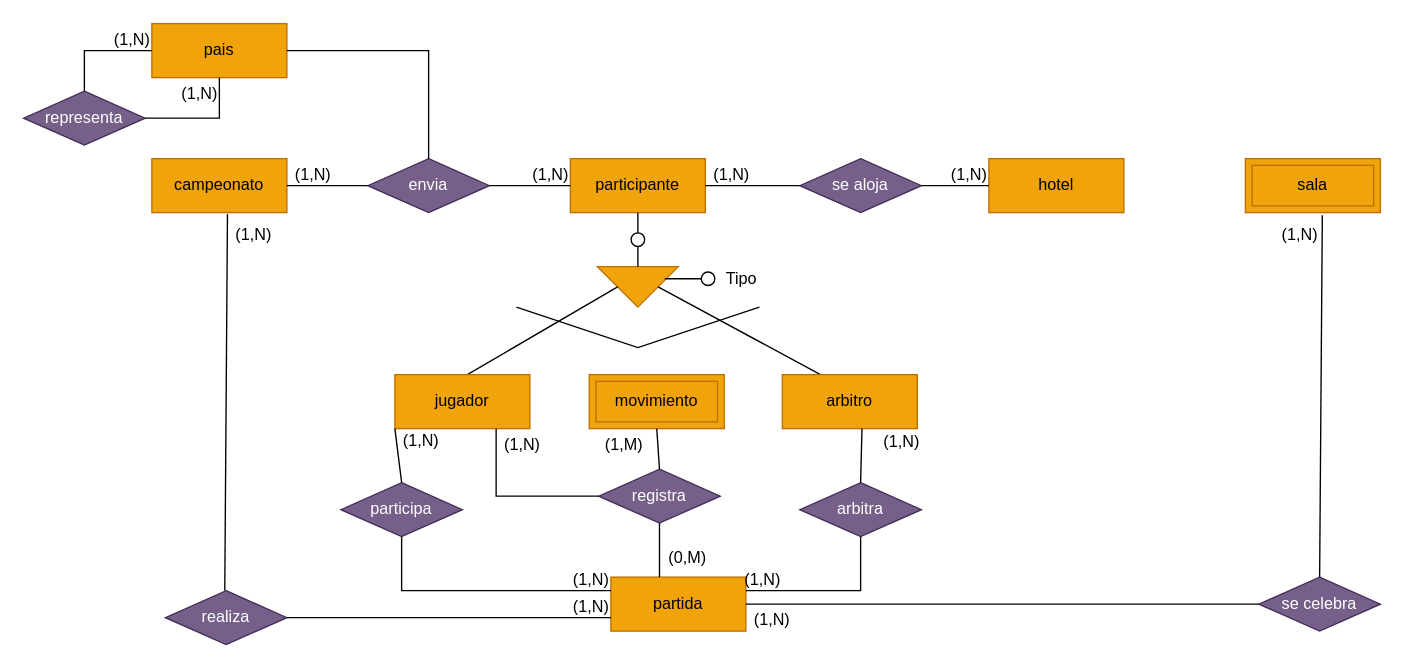
This is page "Ejercicio44" (44 of 45) of relacion de ejercicios 2.drawio from Solayfa/BBDD, a draw.io file, before an edit. Source tidied: cells renumbered, new cells numbered last; positions are measured from the earlier drawing's top-left corner, leaving out a move shared by most shapes. Both pictures are drawn from the tidied source at 135%, with x=0, y=0 at pixel (23, 23).
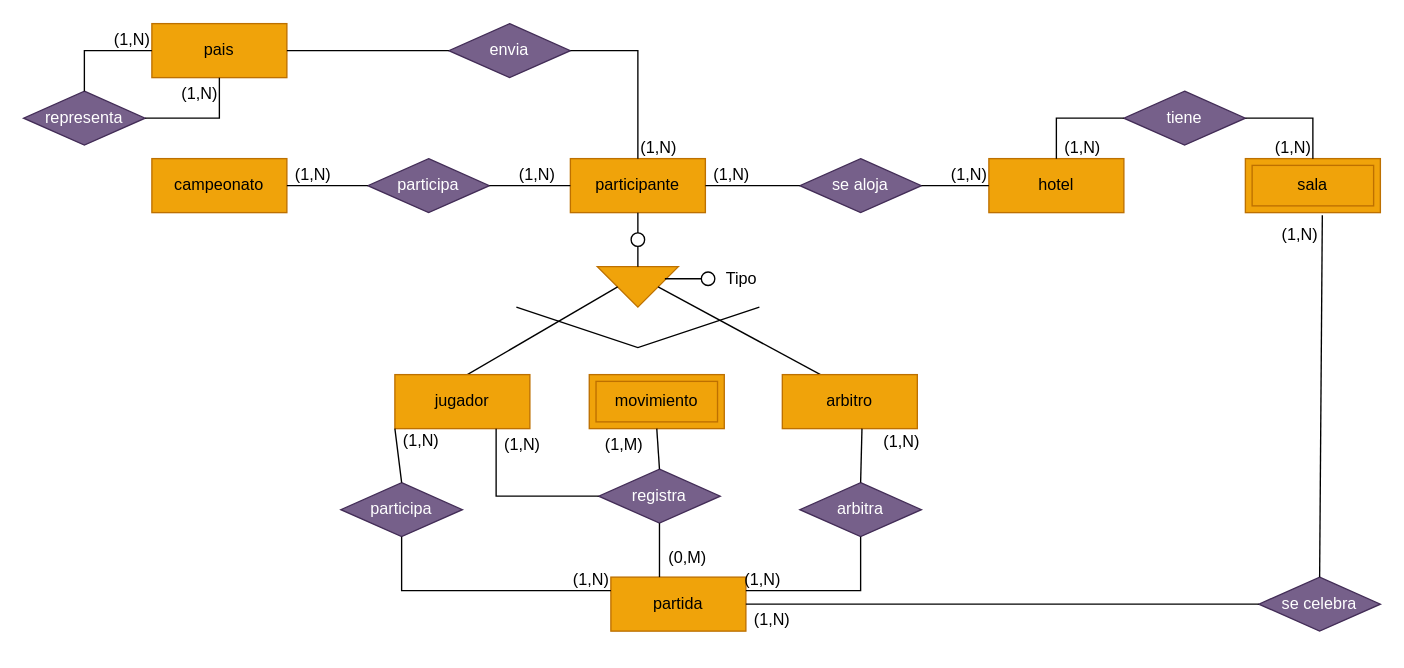
The same page after the edit.

The change refers to these unchanged cells:
```xml
<mxCell id="2" value="participante" style="whiteSpace=wrap;html=1;align=center;fillColor=#f0a30a;strokeColor=#BD7000;fontColor=#000000;" parent="1" vertex="1">
  <mxGeometry x="405" y="100" width="100" height="40" as="geometry" />
</mxCell>
<mxCell id="16" value="pais" style="whiteSpace=wrap;html=1;align=center;fillColor=#f0a30a;strokeColor=#BD7000;fontColor=#000000;" parent="1" vertex="1">
  <mxGeometry x="95" width="100" height="40" as="geometry" />
</mxCell>
<mxCell id="17" value="partida" style="whiteSpace=wrap;html=1;align=center;fillColor=#f0a30a;strokeColor=#BD7000;fontColor=#000000;" parent="1" vertex="1">
  <mxGeometry x="435" y="410" width="100" height="40" as="geometry" />
</mxCell>
<mxCell id="18" value="hotel" style="whiteSpace=wrap;html=1;align=center;fillColor=#f0a30a;strokeColor=#BD7000;fontColor=#000000;" parent="1" vertex="1">
  <mxGeometry x="715" y="100" width="100" height="40" as="geometry" />
</mxCell>
<mxCell id="19" value="sala" style="whiteSpace=wrap;html=1;align=center;fillColor=#f0a30a;strokeColor=#BD7000;fontColor=#000000;shape=ext;margin=3;double=1;" parent="1" vertex="1">
  <mxGeometry x="905" y="100" width="100" height="40" as="geometry" />
</mxCell>
```

Diff of the diagram source:
```diff
@@
     <mxCell id="21" value="envia" style="shape=rhombus;perimeter=rhombusPerimeter;whiteSpace=wrap;html=1;align=center;fillColor=#76608a;fontColor=#ffffff;strokeColor=#432D57;" parent="1" vertex="1">
-      <mxGeometry x="255" y="100" width="90" height="40" as="geometry" />
+      <mxGeometry x="315" width="90" height="40" as="geometry" />
     </mxCell>
-    <mxCell id="22" style="endArrow=none;html=1;rounded=0;exitX=0;exitY=0.5;exitDx=0;exitDy=0;" parent="1" edge="1" source="21">
-      <mxGeometry relative="1" as="geometry">
-        <mxPoint x="195" y="120" as="targetPoint" />
-      </mxGeometry>
-    </mxCell>
-    <mxCell id="23" value="(1,N)" style="html=1;whiteSpace=wrap;align=right;verticalAlign=bottom;" parent="22" vertex="1">
-      <mxGeometry x="1" relative="1" as="geometry">
-        <mxPoint x="34" as="offset" />
-      </mxGeometry>
-    </mxCell>
-    <mxCell id="24" style="endArrow=none;html=1;rounded=0;exitX=1;exitY=0.5;exitDx=0;exitDy=0;" parent="1" edge="1" source="21">
+    <mxCell id="24" style="endArrow=none;html=1;rounded=0;exitX=1;exitY=0.5;exitDx=0;exitDy=0;entryX=0.5;entryY=0;entryDx=0;entryDy=0;" parent="1" edge="1" source="21" target="2">
       <mxGeometry relative="1" as="geometry">
-        <mxPoint x="405" y="120" as="targetPoint" />
+        <Array as="points">
+          <mxPoint x="455" y="20" />
+        </Array>
       </mxGeometry>
     </mxCell>
     <mxCell id="25" value="(1,N)" style="html=1;whiteSpace=wrap;align=right;verticalAlign=bottom;" parent="24" vertex="1">
-      <mxGeometry x="1" relative="1" as="geometry" />
+      <mxGeometry x="1" relative="1" as="geometry">
+        <mxPoint x="30" as="offset" />
+      </mxGeometry>
     </mxCell>
-    <mxCell id="26" style="endArrow=none;html=1;rounded=0;exitX=0.5;exitY=0;exitDx=0;exitDy=0;entryX=1;entryY=0.5;entryDx=0;entryDy=0;" parent="1" edge="1" source="21" target="16">
+    <mxCell id="26" style="endArrow=none;html=1;rounded=0;entryX=1;entryY=0.5;entryDx=0;entryDy=0;" parent="1" edge="1" target="16">
       <mxGeometry relative="1" as="geometry">
+        <mxPoint x="300" y="20" as="sourcePoint" />
         <Array as="points">
+          <mxPoint x="315" y="20" />
           <mxPoint x="300" y="20" />
         </Array>
       </mxGeometry>
     </mxCell>
@@
-    <mxCell id="47" value="realiza" style="shape=rhombus;perimeter=rhombusPerimeter;whiteSpace=wrap;html=1;align=center;fillColor=#76608a;fontColor=#ffffff;strokeColor=#432D57;" parent="1" vertex="1">
-      <mxGeometry x="105" y="420" width="90" height="40" as="geometry" />
-    </mxCell>
-    <mxCell id="48" style="endArrow=none;html=1;rounded=0;exitX=0.5;exitY=0;exitDx=0;exitDy=0;entryX=0.57;entryY=1.025;entryDx=0;entryDy=0;entryPerimeter=0;" parent="1" edge="1">
-      <mxGeometry relative="1" as="geometry">
-        <mxPoint x="149" y="420" as="sourcePoint" />
-        <mxPoint x="151" y="141" as="targetPoint" />
-      </mxGeometry>
-    </mxCell>
-    <mxCell id="49" value="(1,N)" style="html=1;whiteSpace=wrap;align=right;verticalAlign=bottom;" parent="48" vertex="1">
-      <mxGeometry x="1" relative="1" as="geometry">
-        <mxPoint x="34" y="24" as="offset" />
-      </mxGeometry>
-    </mxCell>
-    <mxCell id="50" style="endArrow=none;html=1;rounded=0;exitX=1;exitY=0.5;exitDx=0;exitDy=0;entryX=0;entryY=0.75;entryDx=0;entryDy=0;" parent="1" edge="1" source="47" target="17">
-      <mxGeometry relative="1" as="geometry" />
-    </mxCell>
-    <mxCell id="51" value="(1,N)" style="html=1;whiteSpace=wrap;align=right;verticalAlign=bottom;" parent="50" vertex="1">
-      <mxGeometry x="1" relative="1" as="geometry" />
-    </mxCell>
@@
+    <mxCell id="64" value="tiene" style="shape=rhombus;perimeter=rhombusPerimeter;whiteSpace=wrap;html=1;align=center;fillColor=#76608a;fontColor=#ffffff;strokeColor=#432D57;" parent="1" vertex="1">
+      <mxGeometry x="815" y="50" width="90" height="40" as="geometry" />
+    </mxCell>
+    <mxCell id="65" style="endArrow=none;html=1;rounded=0;exitX=0;exitY=0.5;exitDx=0;exitDy=0;entryX=0.5;entryY=0;entryDx=0;entryDy=0;" parent="1" edge="1" source="64" target="18">
+      <mxGeometry relative="1" as="geometry">
+        <Array as="points">
+          <mxPoint x="765" y="70" />
+        </Array>
+      </mxGeometry>
+    </mxCell>
+    <mxCell id="66" value="(1,N)" style="html=1;whiteSpace=wrap;align=right;verticalAlign=bottom;" parent="65" vertex="1">
+      <mxGeometry x="1" relative="1" as="geometry">
+        <mxPoint x="34" as="offset" />
+      </mxGeometry>
+    </mxCell>
+    <mxCell id="67" style="endArrow=none;html=1;rounded=0;exitX=1;exitY=0.5;exitDx=0;exitDy=0;entryX=0.5;entryY=0;entryDx=0;entryDy=0;" parent="1" edge="1" source="64" target="19">
+      <mxGeometry relative="1" as="geometry">
+        <Array as="points">
+          <mxPoint x="955" y="70" />
+        </Array>
+      </mxGeometry>
+    </mxCell>
+    <mxCell id="68" value="(1,N)" style="html=1;whiteSpace=wrap;align=right;verticalAlign=bottom;" parent="67" vertex="1">
+      <mxGeometry x="1" relative="1" as="geometry" />
+    </mxCell>
+    <mxCell id="69" value="participa" style="shape=rhombus;perimeter=rhombusPerimeter;whiteSpace=wrap;html=1;align=center;fillColor=#76608a;fontColor=#ffffff;strokeColor=#432D57;" parent="1" vertex="1">
+      <mxGeometry x="255" y="100" width="90" height="40" as="geometry" />
+    </mxCell>
+    <mxCell id="70" style="endArrow=none;html=1;rounded=0;exitX=0;exitY=0.5;exitDx=0;exitDy=0;" parent="1" edge="1" source="69">
+      <mxGeometry relative="1" as="geometry">
+        <mxPoint x="195" y="120" as="targetPoint" />
+      </mxGeometry>
+    </mxCell>
+    <mxCell id="71" value="(1,N)" style="html=1;whiteSpace=wrap;align=right;verticalAlign=bottom;" parent="70" vertex="1">
+      <mxGeometry x="1" relative="1" as="geometry">
+        <mxPoint x="34" as="offset" />
+      </mxGeometry>
+    </mxCell>
+    <mxCell id="72" style="endArrow=none;html=1;rounded=0;exitX=1;exitY=0.5;exitDx=0;exitDy=0;" parent="1" edge="1" source="69">
+      <mxGeometry relative="1" as="geometry">
+        <mxPoint x="405" y="120" as="targetPoint" />
+      </mxGeometry>
+    </mxCell>
+    <mxCell id="73" value="(1,N)" style="html=1;whiteSpace=wrap;align=right;verticalAlign=bottom;" parent="72" vertex="1">
+      <mxGeometry x="1" relative="1" as="geometry">
+        <mxPoint x="-10" as="offset" />
+      </mxGeometry>
+    </mxCell>
```
